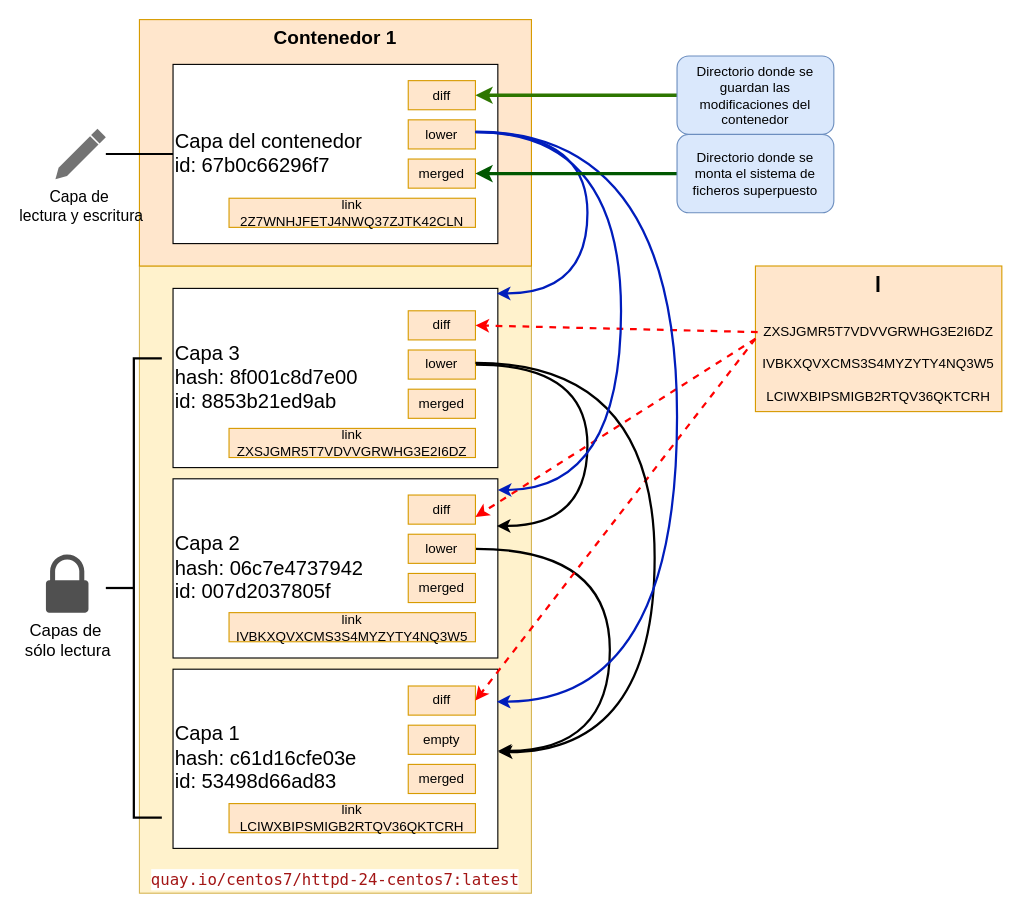
josedom24/curso_podman_ow keeps this draw.io diagram as contenido/modulo3/img/container2.drawio. Above is the earlier version. Source tidied: cells renumbered, new cells numbered last; positions are measured from the earlier drawing's top-left corner, leaving out a move shared by most shapes. Both pictures are drawn from the tidied source at 112%, with x=0, y=0 at pixel (45, 19).
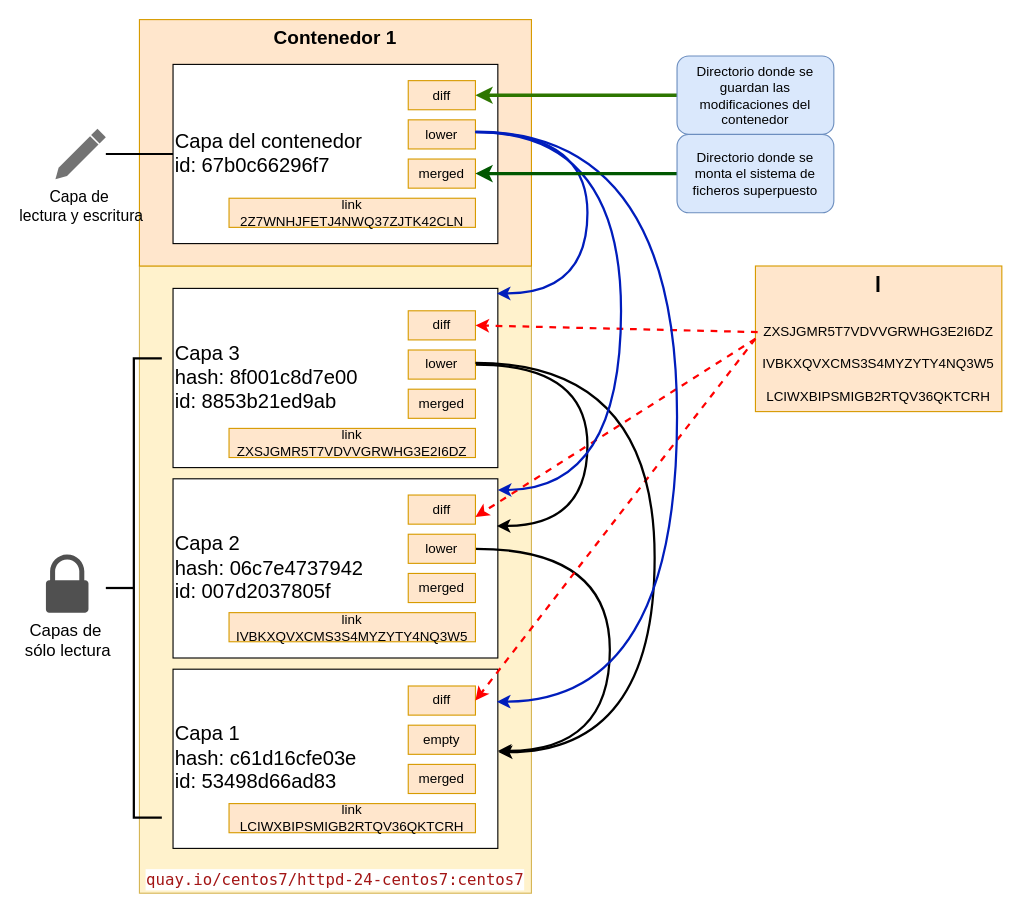
The same diagram, later.

The edit, as a diff of the source:
```diff
@@
-    <mxCell id="2" value="&lt;div style=&quot;color: #000000;background-color: #ffffff;font-family: 'Droid Sans Mono', 'monospace', monospace;font-weight: normal;font-size: 14px;line-height: 19px;white-space: pre;&quot;&gt;&lt;div&gt;&lt;span style=&quot;color: #a31515;&quot;&gt;quay.io/centos7/httpd-24-centos7:latest&lt;/span&gt;&lt;/div&gt;&lt;/div&gt;" style="rounded=0;whiteSpace=wrap;html=1;fillColor=#fff2cc;strokeColor=#d6b656;verticalAlign=bottom;" parent="1" vertex="1">
+    <mxCell id="2" value="&lt;div style=&quot;color: #000000;background-color: #ffffff;font-family: 'Droid Sans Mono', 'monospace', monospace;font-weight: normal;font-size: 14px;line-height: 19px;white-space: pre;&quot;&gt;&lt;div&gt;&lt;span style=&quot;color: #a31515;&quot;&gt;quay.io/centos7/httpd-24-centos7:centos7&lt;/span&gt;&lt;/div&gt;&lt;/div&gt;" style="rounded=0;whiteSpace=wrap;html=1;fillColor=#fff2cc;strokeColor=#d6b656;verticalAlign=bottom;" parent="1" vertex="1">
       <mxGeometry x="84" y="220" width="350" height="560" as="geometry" />
     </mxCell>
```
